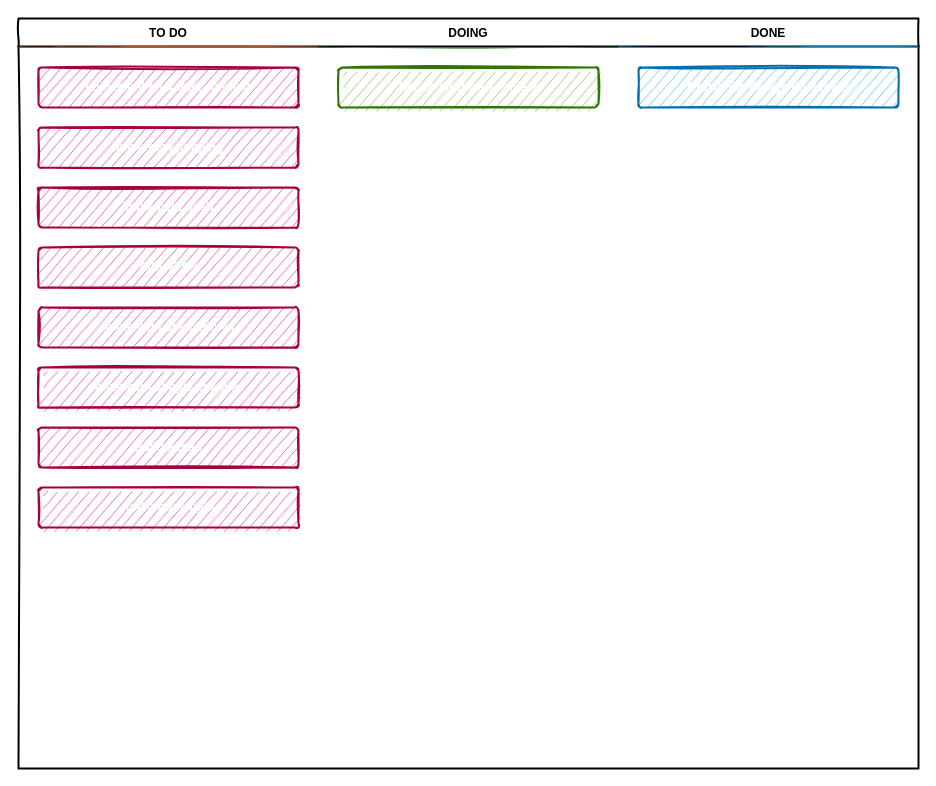
The draw.io diagram Documentation/Kanban Table.drawio in SpatiumOwl/DesAdventure, before the edit. Source tidied: cells renumbered, new cells numbered last; positions are measured from the earlier drawing's top-left corner, leaving out a move shared by most shapes. Both pictures are drawn from the tidied source at 100%, with x=0, y=0 at pixel (18, 18).
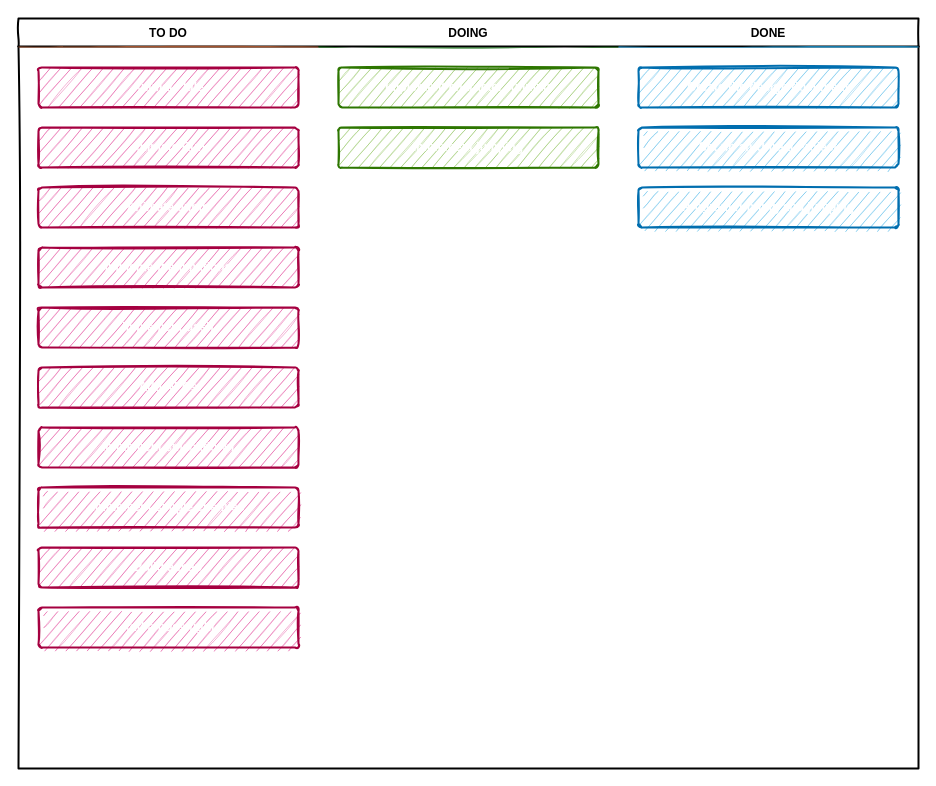
The same diagram, later.

The change refers to these unchanged cells:
```xml
<mxCell id="3" value="TO DO" style="swimlane;strokeWidth=2;fontFamily=Permanent Marker;html=0;startSize=1;verticalAlign=bottom;spacingBottom=5;stackBorder=20;sketch=1;strokeColor=none;fillStyle=solid;fillColor=#A0522D;" parent="2" vertex="1">
  <mxGeometry y="28" width="300" height="722" as="geometry" />
</mxCell>
<mxCell id="12" value="DOING" style="swimlane;strokeWidth=2;fontFamily=Permanent Marker;html=0;startSize=1;verticalAlign=bottom;spacingBottom=5;stackBorder=20;sketch=1;strokeColor=none;fillStyle=solid;fillColor=#006600;" parent="2" vertex="1">
  <mxGeometry x="300" y="28" width="300" height="722" as="geometry" />
</mxCell>
<mxCell id="14" value="DONE" style="swimlane;strokeWidth=2;fontFamily=Permanent Marker;html=0;startSize=1;verticalAlign=bottom;spacingBottom=5;stackBorder=20;sketch=1;strokeColor=none;fillStyle=solid;fillColor=#1BA1E2;" parent="2" vertex="1">
  <mxGeometry x="600" y="28" width="300" height="722" as="geometry" />
</mxCell>
```

Change to the diagram source:
```diff
@@
-    <mxCell id="4" value="Implement character running" style="whiteSpace=wrap;html=1;strokeWidth=2;fillColor=#d80073;fontStyle=1;spacingTop=0;rounded=1;arcSize=9;sketch=1;fontFamily=Permanent Marker;hachureGap=8;fillWeight=1;strokeColor=#A50040;shadow=0;fillOpacity=30;strokeOpacity=100;fontColor=#ffffff;" parent="3" vertex="1">
-      <mxGeometry x="20" y="21" width="260" height="40" as="geometry" />
-    </mxCell>
-    <mxCell id="5" value="Implement jumping" style="whiteSpace=wrap;html=1;strokeWidth=2;fillColor=#d80073;fontStyle=1;spacingTop=0;rounded=1;arcSize=9;sketch=1;fontFamily=Permanent Marker;hachureGap=8;fillWeight=1;strokeColor=#A50040;shadow=0;fillOpacity=30;strokeOpacity=100;fontColor=#ffffff;" parent="3" vertex="1">
-      <mxGeometry x="20" y="81" width="260" height="40" as="geometry" />
-    </mxCell>
+    <mxCell id="16" value="Animate Idle" style="whiteSpace=wrap;html=1;strokeWidth=2;fillColor=#d80073;fontStyle=1;spacingTop=0;rounded=1;arcSize=9;sketch=1;fontFamily=Permanent Marker;hachureGap=8;fillWeight=1;strokeColor=#A50040;fillOpacity=30;fontColor=#ffffff;" parent="3" vertex="1">
+      <mxGeometry x="20" y="21" width="260" height="40" as="geometry" />
+    </mxCell>
+    <mxCell id="17" value="Animate Run" style="whiteSpace=wrap;html=1;strokeWidth=2;fillColor=#d80073;fontStyle=1;spacingTop=0;rounded=1;arcSize=9;sketch=1;fontFamily=Permanent Marker;hachureGap=8;fillWeight=1;strokeColor=#A50040;fillOpacity=30;fontColor=#ffffff;" parent="3" vertex="1">
+      <mxGeometry x="20" y="81" width="260" height="40" as="geometry" />
+    </mxCell>
+    <mxCell id="18" value="Animate Jump" style="whiteSpace=wrap;html=1;strokeWidth=2;fillColor=#d80073;fontStyle=1;spacingTop=0;rounded=1;arcSize=9;sketch=1;fontFamily=Permanent Marker;hachureGap=8;fillWeight=1;strokeColor=#A50040;fillOpacity=30;fontColor=#ffffff;" parent="3" vertex="1">
+      <mxGeometry x="20" y="141" width="260" height="40" as="geometry" />
+    </mxCell>
+    <mxCell id="19" value="Implement animations" style="whiteSpace=wrap;html=1;strokeWidth=2;fillColor=#d80073;fontStyle=1;spacingTop=0;rounded=1;arcSize=9;sketch=1;fontFamily=Permanent Marker;hachureGap=8;fillWeight=1;strokeColor=#A50040;shadow=0;fillOpacity=30;strokeOpacity=100;fontColor=#ffffff;" parent="3" vertex="1">
+      <mxGeometry x="20" y="201" width="260" height="40" as="geometry" />
+    </mxCell>
     <mxCell id="6" value="Implement dash" style="whiteSpace=wrap;html=1;strokeWidth=2;fillColor=#d80073;fontStyle=1;spacingTop=0;rounded=1;arcSize=9;sketch=1;fontFamily=Permanent Marker;hachureGap=8;fillWeight=1;strokeColor=#A50040;shadow=0;fillOpacity=30;strokeOpacity=100;fontColor=#ffffff;" parent="3" vertex="1">
-      <mxGeometry x="20" y="141" width="260" height="40" as="geometry" />
+      <mxGeometry x="20" y="261" width="260" height="40" as="geometry" />
     </mxCell>
     <mxCell id="7" value="Add NPCs" style="whiteSpace=wrap;html=1;strokeWidth=2;fillColor=#d80073;fontStyle=1;spacingTop=0;rounded=1;arcSize=9;sketch=1;fontFamily=Permanent Marker;hachureGap=8;fillWeight=1;strokeColor=#A50040;shadow=0;fillOpacity=30;strokeOpacity=100;fontColor=#ffffff;" parent="3" vertex="1">
-      <mxGeometry x="20" y="201" width="260" height="40" as="geometry" />
+      <mxGeometry x="20" y="321" width="260" height="40" as="geometry" />
     </mxCell>
     <mxCell id="8" value="Implement smackdown" style="whiteSpace=wrap;html=1;strokeWidth=2;fillColor=#d80073;fontStyle=1;spacingTop=0;rounded=1;arcSize=9;sketch=1;fontFamily=Permanent Marker;hachureGap=8;fillWeight=1;strokeColor=#A50040;shadow=0;fillOpacity=30;strokeOpacity=100;fontColor=#ffffff;" parent="3" vertex="1">
-      <mxGeometry x="20" y="261" width="260" height="40" as="geometry" />
+      <mxGeometry x="20" y="381" width="260" height="40" as="geometry" />
     </mxCell>
     <mxCell id="9" value="Implement simple enemies" style="whiteSpace=wrap;html=1;strokeWidth=2;fillColor=#d80073;fontStyle=1;spacingTop=0;rounded=1;arcSize=9;sketch=1;fontFamily=Permanent Marker;hachureGap=8;fillWeight=1;strokeColor=#A50040;shadow=0;fillOpacity=30;strokeOpacity=100;fontColor=#ffffff;" parent="3" vertex="1">
-      <mxGeometry x="20" y="321" width="260" height="40" as="geometry" />
+      <mxGeometry x="20" y="441" width="260" height="40" as="geometry" />
     </mxCell>
     <mxCell id="10" value="Build a map" style="whiteSpace=wrap;html=1;strokeWidth=2;fillColor=#d80073;fontStyle=1;spacingTop=0;rounded=1;arcSize=9;sketch=1;fontFamily=Permanent Marker;hachureGap=8;fillWeight=1;strokeColor=#A50040;shadow=0;fillOpacity=30;strokeOpacity=100;fontColor=#ffffff;" parent="3" vertex="1">
-      <mxGeometry x="20" y="381" width="260" height="40" as="geometry" />
+      <mxGeometry x="20" y="501" width="260" height="40" as="geometry" />
     </mxCell>
     <mxCell id="11" value="Add a boss fight" style="whiteSpace=wrap;html=1;strokeWidth=2;fillColor=#d80073;fontStyle=1;spacingTop=0;rounded=1;arcSize=9;sketch=1;fontFamily=Permanent Marker;hachureGap=8;fillWeight=1;strokeColor=#A50040;shadow=0;fillOpacity=30;strokeOpacity=100;fontColor=#ffffff;" parent="3" vertex="1">
-      <mxGeometry x="20" y="441" width="260" height="40" as="geometry" />
+      <mxGeometry x="20" y="561" width="260" height="40" as="geometry" />
     </mxCell>
@@
-    <mxCell id="13" value="Set up an Unreal Project" style="whiteSpace=wrap;html=1;strokeWidth=2;fillColor=#60a917;fontStyle=1;spacingTop=0;rounded=1;arcSize=9;sketch=1;fontFamily=Permanent Marker;hachureGap=8;fillWeight=1;strokeColor=#2D7600;shadow=0;fillOpacity=30;strokeOpacity=100;fontColor=#ffffff;" parent="12" vertex="1">
-      <mxGeometry x="20" y="21" width="260" height="40" as="geometry" />
-    </mxCell>
+    <mxCell id="4" value="Implement character running" style="whiteSpace=wrap;html=1;strokeWidth=2;fillColor=#60a917;fontStyle=1;spacingTop=0;rounded=1;arcSize=9;sketch=1;fontFamily=Permanent Marker;hachureGap=8;fillWeight=1;strokeColor=#2D7600;shadow=0;fillOpacity=30;strokeOpacity=100;fontColor=#ffffff;" parent="12" vertex="1">
+      <mxGeometry x="20" y="21" width="260" height="40" as="geometry" />
+    </mxCell>
+    <mxCell id="5" value="Implement jumping" style="whiteSpace=wrap;html=1;strokeWidth=2;fillColor=#60a917;fontStyle=1;spacingTop=0;rounded=1;arcSize=9;sketch=1;fontFamily=Permanent Marker;hachureGap=8;fillWeight=1;strokeColor=#2D7600;shadow=0;fillOpacity=30;strokeOpacity=100;fontColor=#ffffff;" parent="12" vertex="1">
+      <mxGeometry x="20" y="81" width="260" height="40" as="geometry" />
+    </mxCell>
@@
+    <mxCell id="13" value="Set up an Unreal Project" style="whiteSpace=wrap;html=1;strokeWidth=2;fillColor=#1ba1e2;fontStyle=1;spacingTop=0;rounded=1;arcSize=9;sketch=1;fontFamily=Permanent Marker;hachureGap=8;fillWeight=1;strokeColor=#006EAF;shadow=0;fillOpacity=30;strokeOpacity=100;fontColor=#ffffff;" parent="14" vertex="1">
+      <mxGeometry x="20" y="81" width="260" height="40" as="geometry" />
+    </mxCell>
+    <mxCell id="20" value="Program running and jumping" style="whiteSpace=wrap;html=1;strokeWidth=2;fillColor=#1ba1e2;fontStyle=1;spacingTop=0;rounded=1;arcSize=9;sketch=1;fontFamily=Permanent Marker;hachureGap=8;fillWeight=1;strokeColor=#006EAF;fillOpacity=30;fontColor=#ffffff;" parent="14" vertex="1">
+      <mxGeometry x="20" y="141" width="260" height="40" as="geometry" />
+    </mxCell>
```
